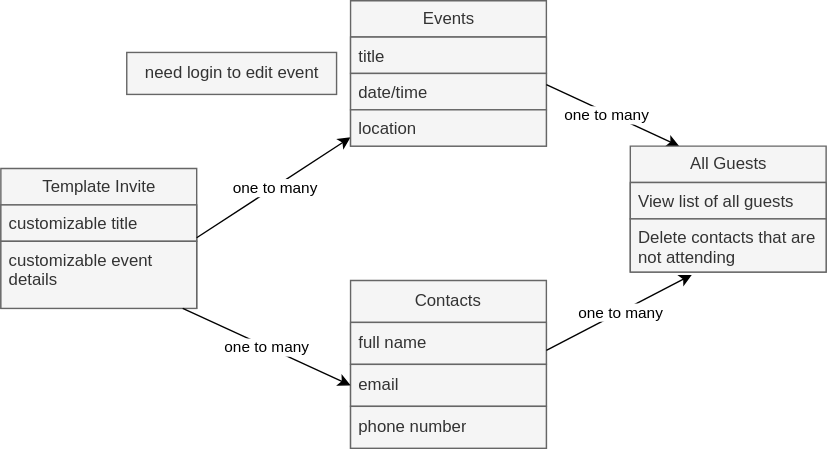
This is erd.drawio.svg from Rjaysesh0207/project-2, a draw.io export, as it was before one commit. Source tidied: cells renumbered, new cells last; positions are measured from the earlier drawing's top-left corner, leaving out a move shared by most shapes.
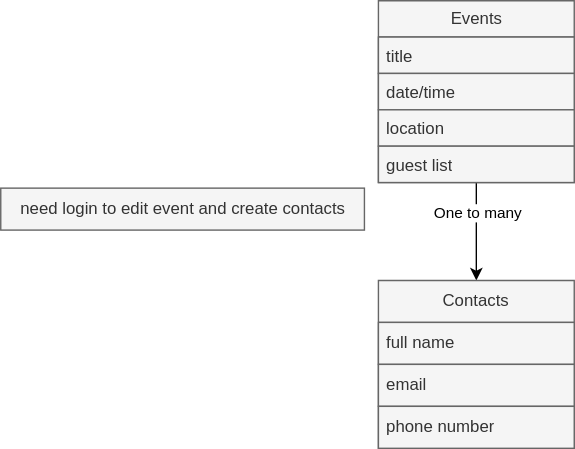
After the change.

Commit message:
Made invite card a stretch goal, made a RESTful chart for Events model

What changed in the source:
```diff
@@ -2,25 +2,14 @@
   <root>
     <mxCell id="0" />
     <mxCell id="1" parent="0" />
-    <mxCell id="2" value="Template Invite" style="swimlane;fontStyle=0;horizontal=1;startSize=26;fillColor=#f5f5f5;html=1;fontColor=#333333;strokeColor=#666666;" parent="1" vertex="1">
-      <mxGeometry y="120" width="140" height="100" as="geometry" />
-    </mxCell>
-    <mxCell id="3" value="customizable title" style="text;strokeColor=#666666;fillColor=#f5f5f5;align=left;verticalAlign=top;spacingLeft=4;spacingRight=4;overflow=hidden;whiteSpace=wrap;html=1;fontColor=#333333;" parent="2" vertex="1">
-      <mxGeometry y="26" width="140" height="26" as="geometry" />
-    </mxCell>
-    <mxCell id="4" value="customizable event details" style="text;strokeColor=#666666;fillColor=#f5f5f5;align=left;verticalAlign=top;spacingLeft=4;spacingRight=4;overflow=hidden;whiteSpace=wrap;html=1;fontColor=#333333;" parent="2" vertex="1">
-      <mxGeometry y="52" width="140" height="48" as="geometry" />
-    </mxCell>
-    <mxCell id="5" style="endArrow=classic;html=1;" parent="1" edge="1" target="7">
-      <mxGeometry relative="1" as="geometry">
-        <mxPoint x="140" y="169.5" as="sourcePoint" />
-      </mxGeometry>
-    </mxCell>
-    <mxCell id="6" value="one to many" style="edgeLabel;html=1;align=center;verticalAlign=middle;" parent="5" vertex="1">
-      <mxGeometry relative="1" as="geometry" />
-    </mxCell>
+    <mxCell id="25" style="edgeStyle=none;html=1;exitX=0.5;exitY=1;exitDx=0;exitDy=0;" parent="1" edge="1" source="7" target="11">
+      <mxGeometry relative="1" as="geometry" />
+    </mxCell>
+    <mxCell id="26" value="One to many" style="edgeLabel;html=1;align=center;verticalAlign=middle;" parent="25" vertex="1">
+      <mxGeometry x="-0.4" relative="1" as="geometry" />
+    </mxCell>
     <mxCell id="7" value="Events" style="swimlane;fontStyle=0;horizontal=1;startSize=26;fillColor=#f5f5f5;html=1;fontColor=#333333;strokeColor=#666666;" parent="1" vertex="1">
-      <mxGeometry x="250" width="140" height="104" as="geometry" />
+      <mxGeometry x="250" width="140" height="130" as="geometry" />
     </mxCell>
     <mxCell id="8" value="title" style="text;strokeColor=#666666;fillColor=#f5f5f5;align=left;verticalAlign=top;spacingLeft=4;spacingRight=4;overflow=hidden;whiteSpace=wrap;html=1;fontColor=#333333;" parent="7" vertex="1">
       <mxGeometry y="26" width="140" height="26" as="geometry" />
@@ -31,6 +20,9 @@
     <mxCell id="10" value="location" style="text;strokeColor=#666666;fillColor=#f5f5f5;align=left;verticalAlign=top;spacingLeft=4;spacingRight=4;overflow=hidden;whiteSpace=wrap;html=1;fontColor=#333333;" parent="7" vertex="1">
       <mxGeometry y="78" width="140" height="26" as="geometry" />
     </mxCell>
+    <mxCell id="27" value="guest list" style="text;strokeColor=#666666;fillColor=#f5f5f5;align=left;verticalAlign=top;spacingLeft=4;spacingRight=4;overflow=hidden;whiteSpace=wrap;html=1;fontColor=#333333;" parent="7" vertex="1">
+      <mxGeometry y="104" width="140" height="26" as="geometry" />
+    </mxCell>
     <mxCell id="11" value="Contacts" style="swimlane;fontStyle=0;horizontal=1;startSize=30;whiteSpace=wrap;html=1;fillColor=#f5f5f5;fontColor=#333333;strokeColor=#666666;" parent="1" vertex="1">
       <mxGeometry x="250" y="200" width="140" height="120" as="geometry" />
     </mxCell>
@@ -43,43 +35,8 @@
     <mxCell id="14" value="phone number" style="text;strokeColor=#666666;fillColor=#f5f5f5;align=left;verticalAlign=middle;spacingLeft=4;spacingRight=4;overflow=hidden;whiteSpace=wrap;html=1;fontColor=#333333;" parent="11" vertex="1">
       <mxGeometry y="90" width="140" height="30" as="geometry" />
     </mxCell>
-    <mxCell id="15" style="endArrow=classic;html=1;entryX=0.25;entryY=0;entryDx=0;entryDy=0;" parent="1" edge="1" target="18">
-      <mxGeometry relative="1" as="geometry">
-        <mxPoint x="390" y="60" as="sourcePoint" />
-      </mxGeometry>
-    </mxCell>
-    <mxCell id="16" value="one to many" style="edgeLabel;html=1;align=center;verticalAlign=middle;" parent="15" vertex="1">
-      <mxGeometry relative="1" as="geometry">
-        <mxPoint x="-5" as="offset" />
-      </mxGeometry>
-    </mxCell>
-    <mxCell id="17" value="need login to edit event" style="text;html=1;align=center;verticalAlign=middle;strokeColor=#666666;fillColor=#f5f5f5;fontColor=#333333;" parent="1" vertex="1">
-      <mxGeometry x="90" y="37" width="150" height="30" as="geometry" />
+    <mxCell id="17" value="need login to edit event and create contacts" style="text;html=1;align=center;verticalAlign=middle;strokeColor=#666666;fillColor=#f5f5f5;fontColor=#333333;" parent="1" vertex="1">
+      <mxGeometry x="-20" y="134" width="260" height="30" as="geometry" />
     </mxCell>
-    <mxCell id="18" value="All Guests" style="swimlane;fontStyle=0;horizontal=1;startSize=26;html=1;fillColor=#f5f5f5;fontColor=#333333;strokeColor=#666666;" parent="1" vertex="1">
-      <mxGeometry x="450" y="104" width="140" height="90" as="geometry" />
-    </mxCell>
-    <mxCell id="19" value="View list of all guests" style="text;strokeColor=#666666;fillColor=#f5f5f5;align=left;verticalAlign=top;spacingLeft=4;spacingRight=4;overflow=hidden;whiteSpace=wrap;html=1;fontColor=#333333;" parent="18" vertex="1">
-      <mxGeometry y="26" width="140" height="26" as="geometry" />
-    </mxCell>
-    <mxCell id="20" value="Delete contacts that are not attending" style="text;strokeColor=#666666;fillColor=#f5f5f5;align=left;verticalAlign=top;spacingLeft=4;spacingRight=4;overflow=hidden;points=[[0,0.5],[1,0.5]];portConstraint=eastwest;whiteSpace=wrap;html=1;fontColor=#333333;" parent="18" vertex="1">
-      <mxGeometry y="52" width="140" height="38" as="geometry" />
-    </mxCell>
-    <mxCell id="21" style="endArrow=classic;html=1;entryX=0;entryY=0.5;entryDx=0;entryDy=0;" parent="1" edge="1" target="13">
-      <mxGeometry relative="1" as="geometry">
-        <mxPoint x="130" y="220" as="sourcePoint" />
-      </mxGeometry>
-    </mxCell>
-    <mxCell id="22" value="one to many" style="edgeLabel;html=1;align=center;verticalAlign=middle;" parent="21" vertex="1">
-      <mxGeometry relative="1" as="geometry" />
-    </mxCell>
-    <mxCell id="23" style="endArrow=classic;html=1;entryX=0.314;entryY=1.053;entryDx=0;entryDy=0;entryPerimeter=0;" parent="1" edge="1" target="20">
-      <mxGeometry relative="1" as="geometry">
-        <mxPoint x="390" y="250" as="sourcePoint" />
-      </mxGeometry>
-    </mxCell>
-    <mxCell id="24" value="one to many" style="edgeLabel;html=1;align=center;verticalAlign=middle;" parent="23" vertex="1">
-      <mxGeometry relative="1" as="geometry" />
-    </mxCell>
   </root>
 </mxGraphModel>
```
